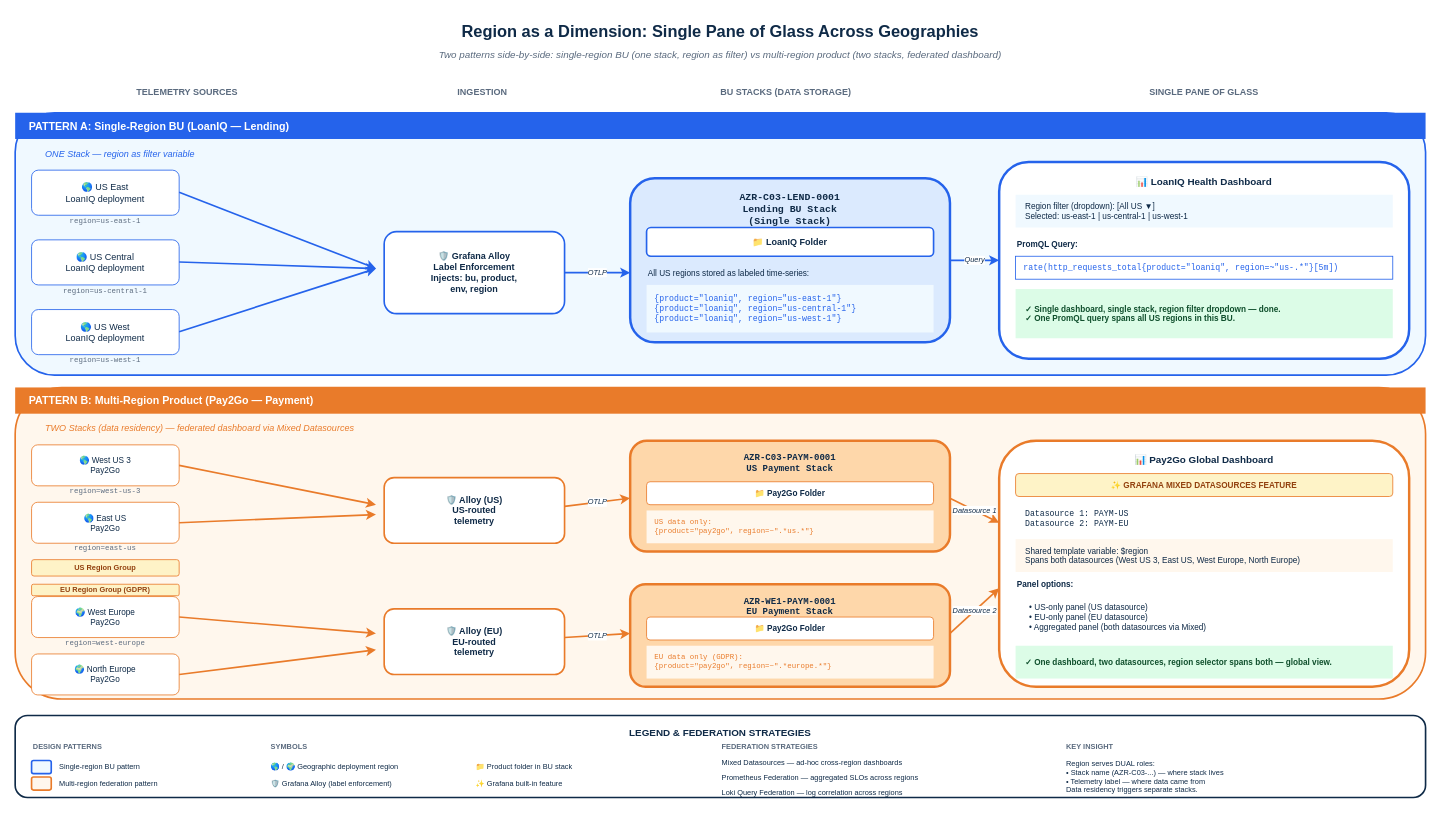
Before: observability/03_Future_State/patterns/diagrams/07-region-as-dimension.drawio in paragvyas65/us-test, a draw.io diagram. Source tidied: cells renumbered, new cells numbered last; positions are measured from the earlier drawing's top-left corner, leaving out a move shared by most shapes. Both pictures are drawn from the tidied source at 82%, with x=0, y=0 at pixel (15, 14).
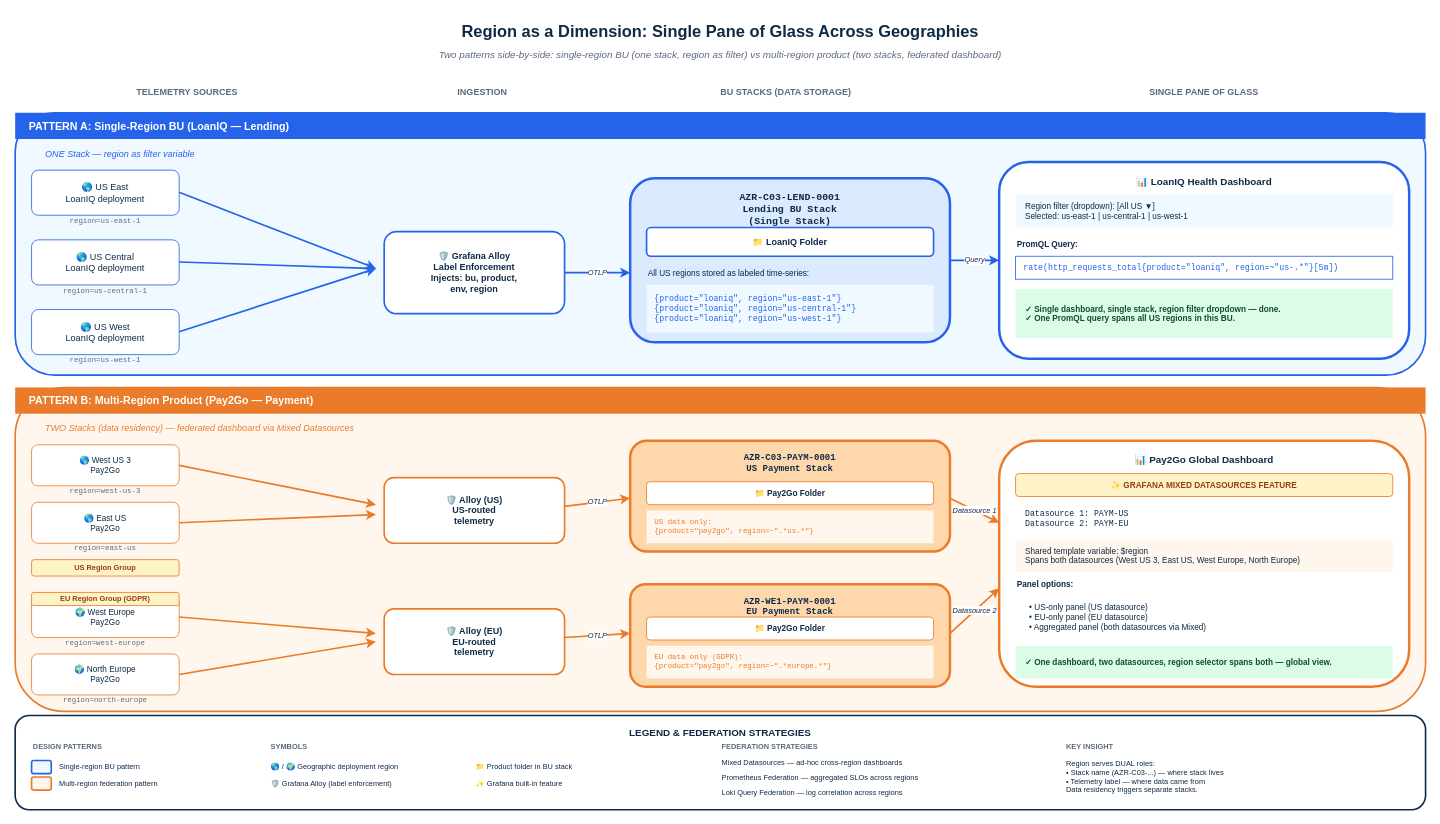
The same page after the edit.

The edit, as a diff of the source:
```diff
@@
     <mxCell id="32" style="rounded=1;whiteSpace=wrap;html=1;fillColor=#FFF7ED;strokeColor=#E97B2A;strokeWidth=2;dashed=0;" parent="1" vertex="1">
-      <mxGeometry y="455" width="1720" height="380" as="geometry" />
+      <mxGeometry y="455" width="1720" height="395" as="geometry" />
     </mxCell>
@@
+    <mxCell id="84" value="region=north-europe" style="text;html=1;strokeColor=none;fillColor=none;align=center;verticalAlign=middle;whiteSpace=wrap;rounded=0;fontSize=9;fontFamily=Courier New;fontColor=#5A6A7E;" parent="1" vertex="1">
+      <mxGeometry x="20" y="830" width="180" height="14" as="geometry" />
+    </mxCell>
     <mxCell id="43" value="EU Region Group (GDPR)" style="text;html=1;strokeColor=#E97B2A;fillColor=#FEF3C7;align=center;verticalAlign=middle;whiteSpace=wrap;rounded=1;fontSize=9;fontStyle=1;fontColor=#92400E;" parent="1" vertex="1">
-      <mxGeometry x="20" y="695" width="180" height="14" as="geometry" />
+      <mxGeometry x="20" y="705" width="180" height="16" as="geometry" />
     </mxCell>
@@
     <mxCell id="49" style="endArrow=classic;html=1;rounded=0;strokeColor=#E97B2A;strokeWidth=2;" parent="1" edge="1">
       <mxGeometry relative="1" as="geometry">
         <mxPoint x="200" y="805" as="sourcePoint" />
-        <mxPoint x="440" y="775" as="targetPoint" />
+        <mxPoint x="440" y="765" as="targetPoint" />
       </mxGeometry>
     </mxCell>
@@
     <mxCell id="67" value="LEGEND &amp; FEDERATION STRATEGIES" style="rounded=1;whiteSpace=wrap;html=1;fillColor=#FFFFFF;strokeColor=#0F2A47;strokeWidth=2;fontSize=12;fontStyle=1;fontColor=#0F2A47;verticalAlign=top;spacingTop=8;" parent="1" vertex="1">
-      <mxGeometry y="855" width="1720" height="100" as="geometry" />
+      <mxGeometry y="855" width="1720" height="115" as="geometry" />
     </mxCell>
```
